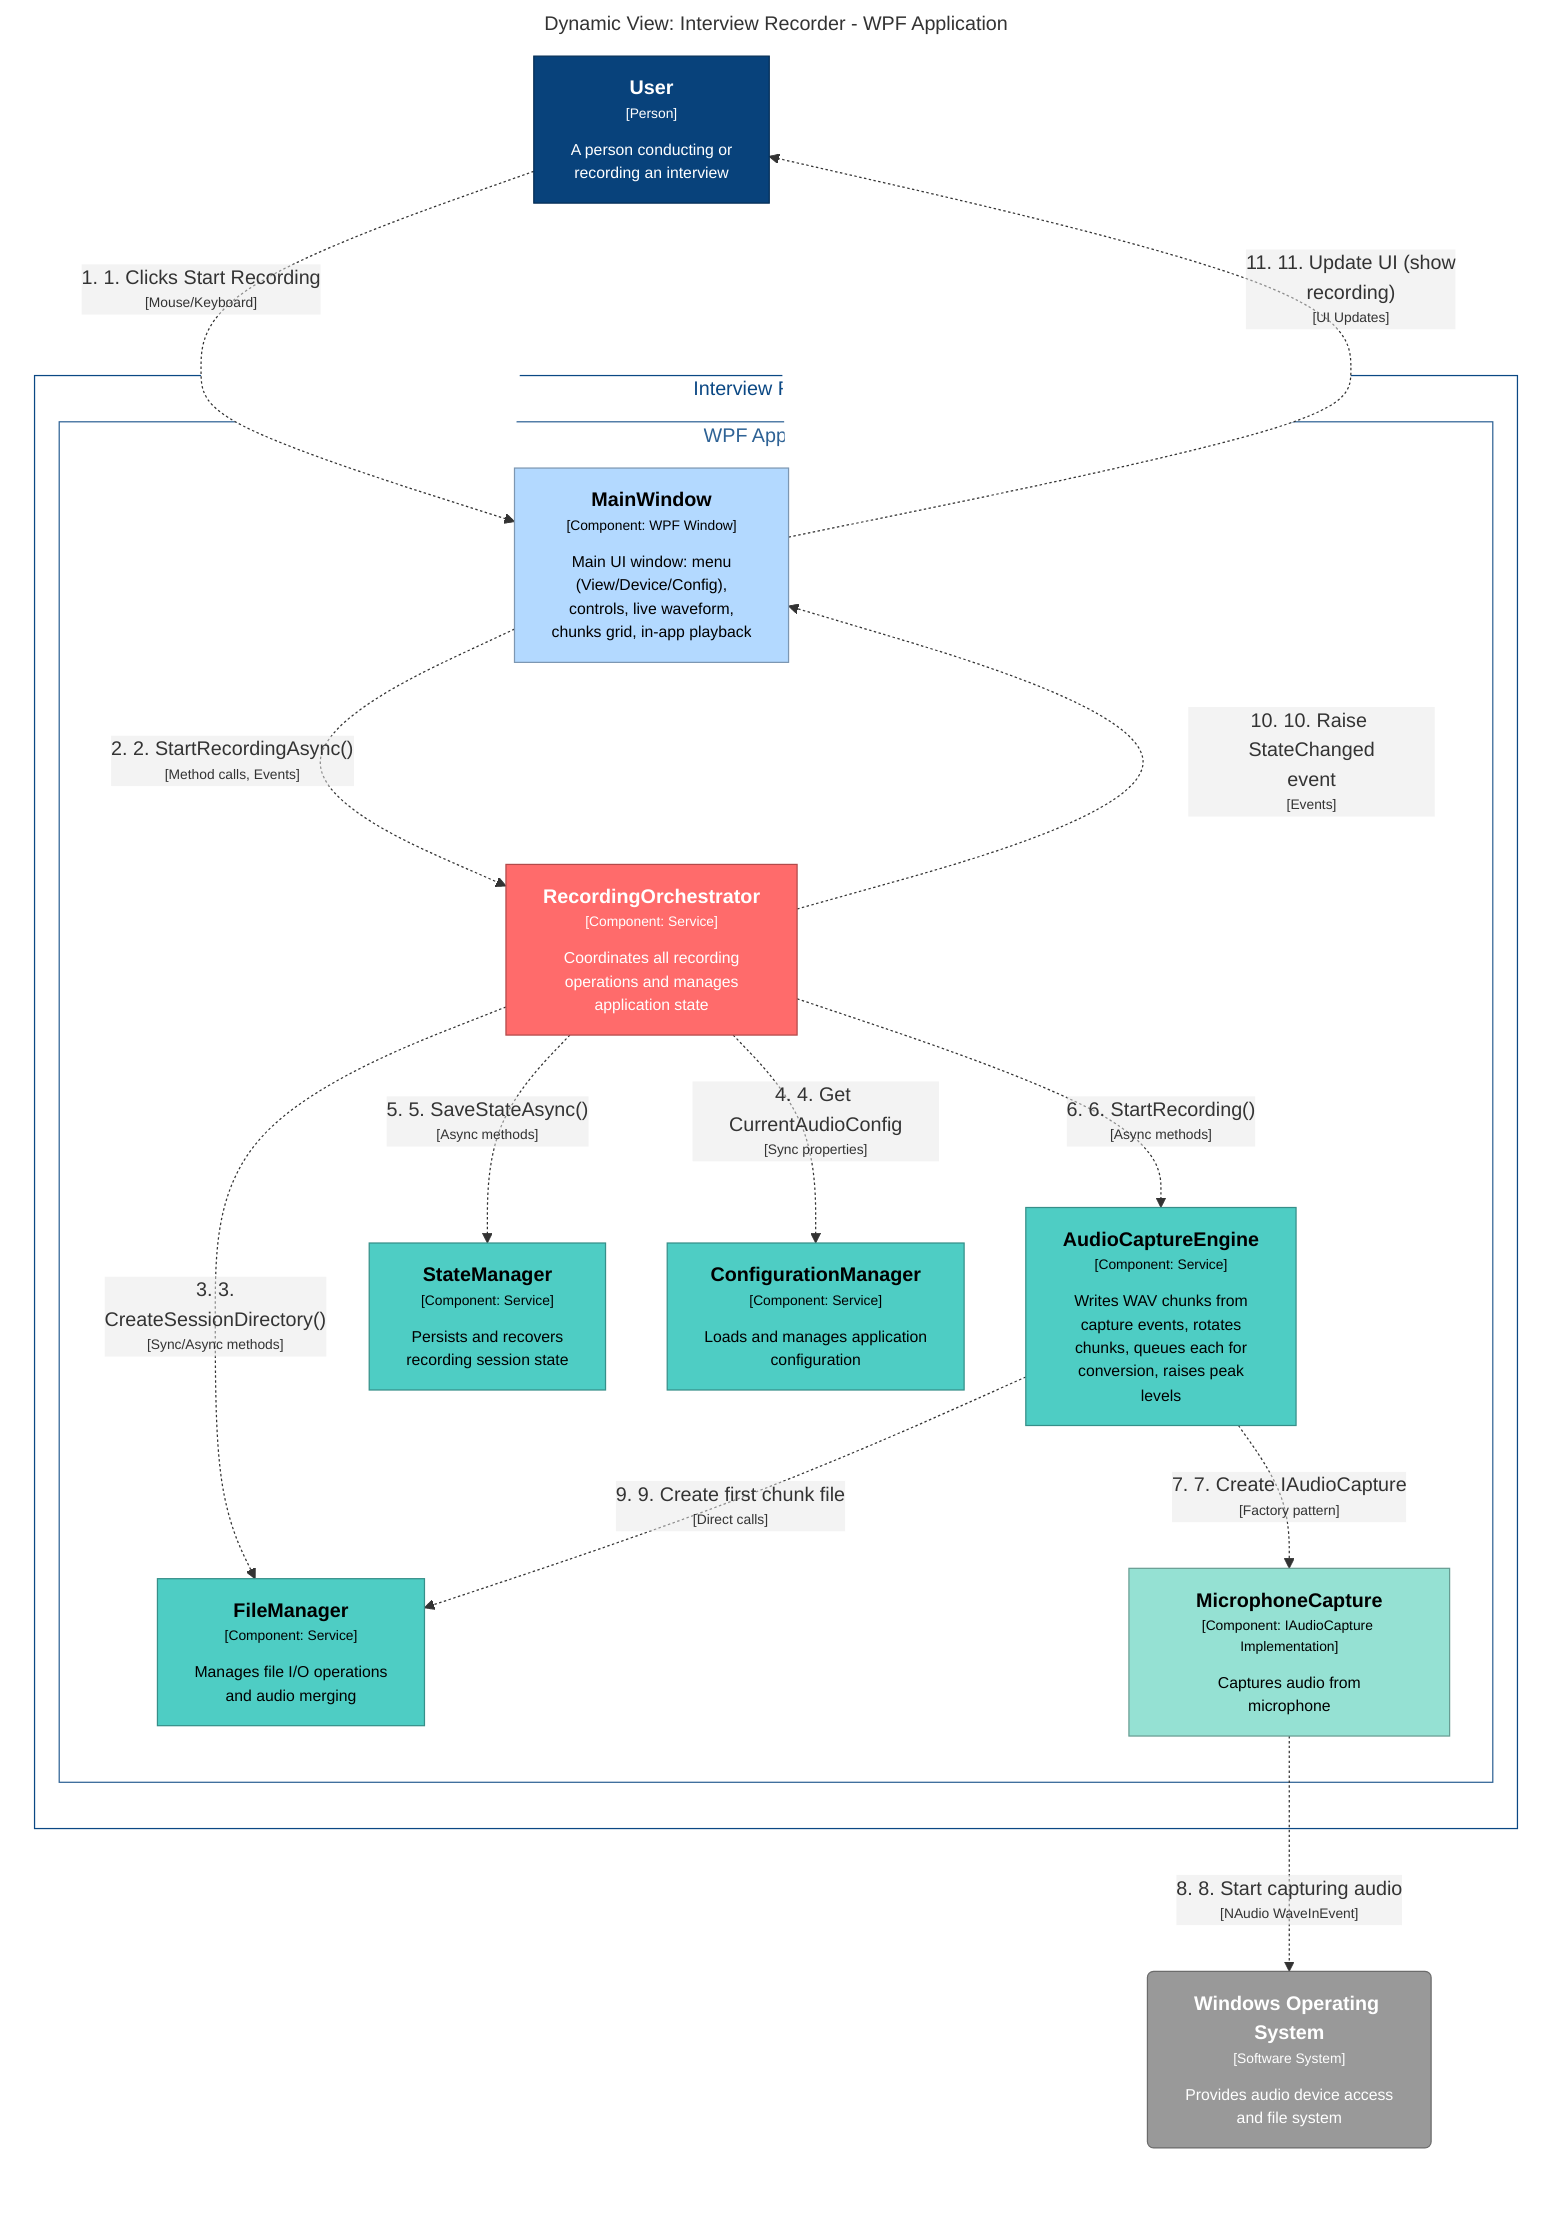
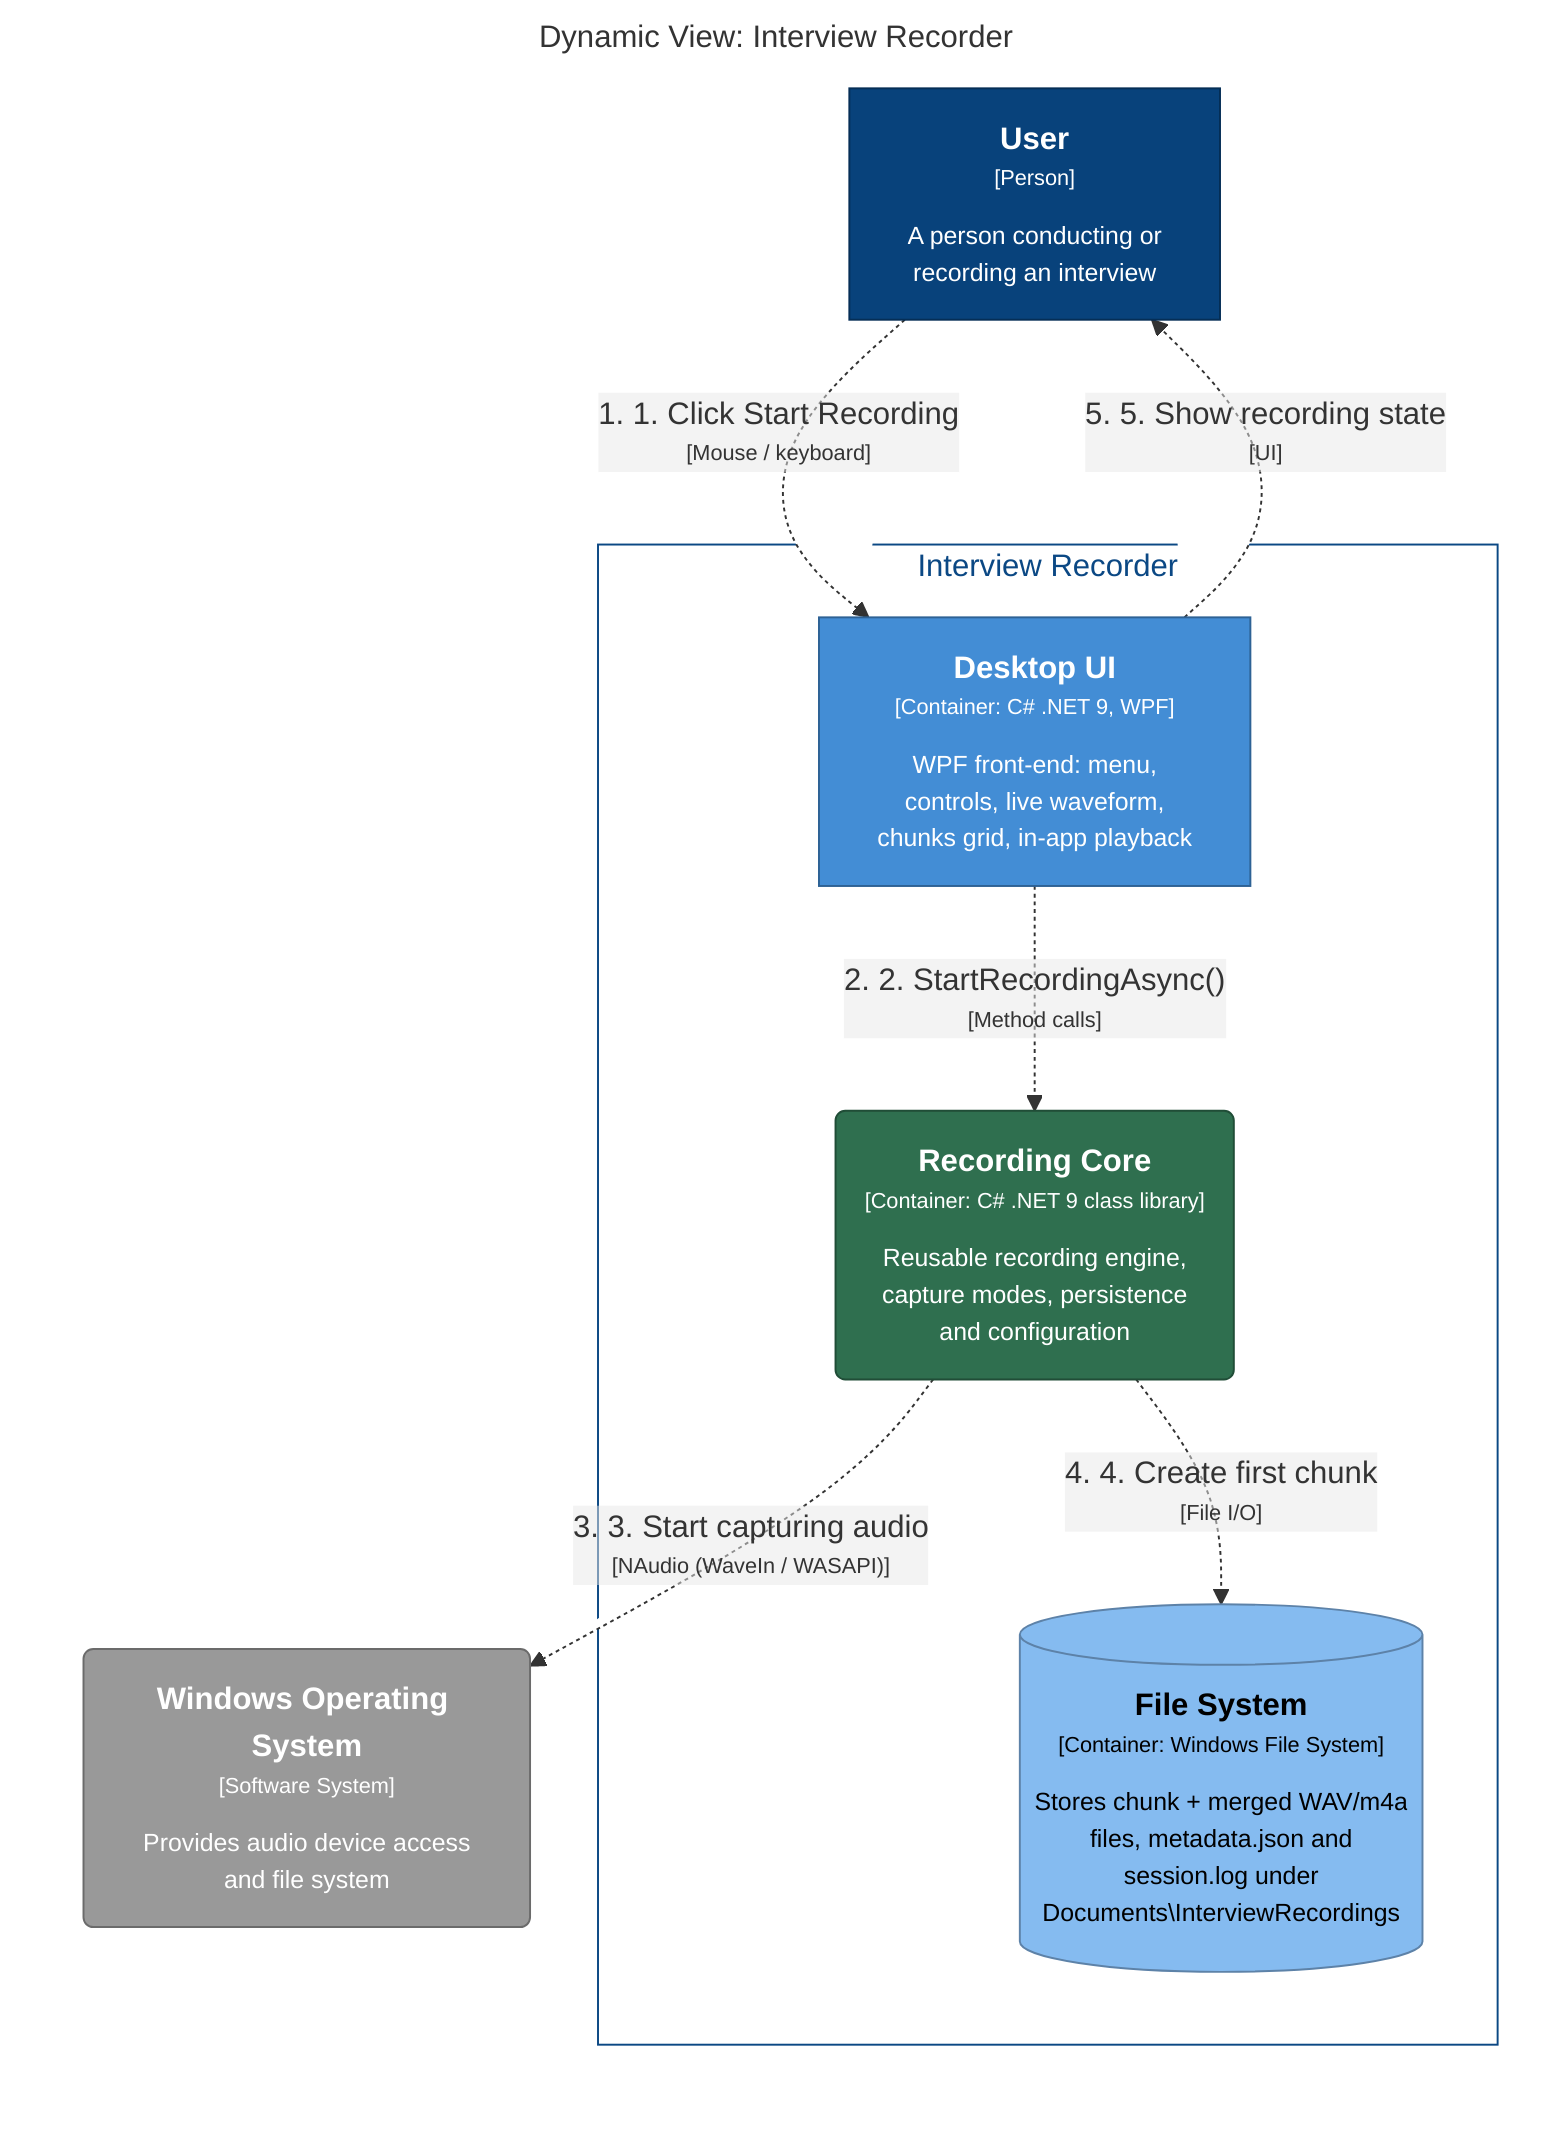
graph LR
  linkStyle default fill:#ffffff

-   subgraph diagram ["Dynamic View: Interview Recorder - WPF Application"]
+   subgraph diagram ["Dynamic View: Interview Recorder"]
    style diagram fill:#ffffff,stroke:#ffffff
- 
-     1["<div style='font-weight: bold'>User</div><div style='font-size: 70%; margin-top: 0px'>[Person]</div><div style='font-size: 80%; margin-top:10px'>A person conducting or<br />recording an interview</div>"]
-     style 1 fill:#08427b,stroke:#052e56,color:#ffffff
- 
-     2("<div style='font-weight: bold'>Windows Operating System</div><div style='font-size: 70%; margin-top: 0px'>[Software System]</div><div style='font-size: 80%; margin-top:10px'>Provides audio device access<br />and file system</div>")
-     style 2 fill:#999999,stroke:#6b6b6b,color:#ffffff

    subgraph 4 ["Interview Recorder"]
      style 4 fill:#ffffff,stroke:#0b4884,color:#0b4884

-       subgraph 5 ["WPF Application"]
-         style 5 fill:#ffffff,stroke:#2e6295,color:#2e6295
- 
-         10["<div style='font-weight: bold'>FileManager</div><div style='font-size: 70%; margin-top: 0px'>[Component: Service]</div><div style='font-size: 80%; margin-top:10px'>Manages file I/O operations<br />and audio merging</div>"]
-         style 10 fill:#4ecdc4,stroke:#368f89,color:#000000
-         13["<div style='font-weight: bold'>ConfigurationManager</div><div style='font-size: 70%; margin-top: 0px'>[Component: Service]</div><div style='font-size: 80%; margin-top:10px'>Loads and manages application<br />configuration</div>"]
-         style 13 fill:#4ecdc4,stroke:#368f89,color:#000000
-         15["<div style='font-weight: bold'>MicrophoneCapture</div><div style='font-size: 70%; margin-top: 0px'>[Component: IAudioCapture Implementation]</div><div style='font-size: 80%; margin-top:10px'>Captures audio from<br />microphone</div>"]
-         style 15 fill:#95e1d3,stroke:#689d93,color:#000000
-         6["<div style='font-weight: bold'>MainWindow</div><div style='font-size: 70%; margin-top: 0px'>[Component: WPF Window]</div><div style='font-size: 80%; margin-top:10px'>Main UI window: menu<br />(View/Device/Config),<br />controls, live waveform,<br />chunks grid, in-app playback</div>"]
-         style 6 fill:#b3d9ff,stroke:#7d97b2,color:#000000
-         7["<div style='font-weight: bold'>RecordingOrchestrator</div><div style='font-size: 70%; margin-top: 0px'>[Component: Service]</div><div style='font-size: 80%; margin-top:10px'>Coordinates all recording<br />operations and manages<br />application state</div>"]
-         style 7 fill:#ff6b6b,stroke:#b24a4a,color:#ffffff
-         8["<div style='font-weight: bold'>AudioCaptureEngine</div><div style='font-size: 70%; margin-top: 0px'>[Component: Service]</div><div style='font-size: 80%; margin-top:10px'>Writes WAV chunks from<br />capture events, rotates<br />chunks, queues each for<br />conversion, raises peak<br />levels</div>"]
-         style 8 fill:#4ecdc4,stroke:#368f89,color:#000000
-         9["<div style='font-weight: bold'>StateManager</div><div style='font-size: 70%; margin-top: 0px'>[Component: Service]</div><div style='font-size: 80%; margin-top:10px'>Persists and recovers<br />recording session state</div>"]
-         style 9 fill:#4ecdc4,stroke:#368f89,color:#000000
-       end
- 
+       42[("<div style='font-weight: bold'>File System</div><div style='font-size: 70%; margin-top: 0px'>[Container: Windows File System]</div><div style='font-size: 80%; margin-top:10px'>Stores chunk + merged WAV/m4a<br />files, metadata.json and<br />session.log under<br />Documents\InterviewRecordings</div>")]
+       style 42 fill:#85bbf0,stroke:#5d82a8,color:#000000
+       5["<div style='font-weight: bold'>Desktop UI</div><div style='font-size: 70%; margin-top: 0px'>[Container: C# .NET 9, WPF]</div><div style='font-size: 80%; margin-top:10px'>WPF front-end: menu,<br />controls, live waveform,<br />chunks grid, in-app playback</div>"]
+       style 5 fill:#438dd5,stroke:#2e6295,color:#ffffff
+       7("<div style='font-weight: bold'>Recording Core</div><div style='font-size: 70%; margin-top: 0px'>[Container: C# .NET 9 class library]</div><div style='font-size: 80%; margin-top:10px'>Reusable recording engine,<br />capture modes, persistence<br />and configuration</div>")
+       style 7 fill:#2f6f4f,stroke:#204d37,color:#ffffff
    end

    1["<div style='font-weight: bold'>User</div><div style='font-size: 70%; margin-top: 0px'>[Person]</div><div style='font-size: 80%; margin-top:10px'>A person conducting or<br />recording an interview</div>"]
    style 1 fill:#08427b,stroke:#052e56,color:#ffffff
    2("<div style='font-weight: bold'>Windows Operating System</div><div style='font-size: 70%; margin-top: 0px'>[Software System]</div><div style='font-size: 80%; margin-top:10px'>Provides audio device access<br />and file system</div>")
    style 2 fill:#999999,stroke:#6b6b6b,color:#ffffff

-     1-. "<div>1. 1. Clicks Start Recording</div><div style='font-size: 70%'>[Mouse/Keyboard]</div>" .->6
-     6-. "<div>2. 2. StartRecordingAsync()</div><div style='font-size: 70%'>[Method calls, Events]</div>" .->7
-     7-. "<div>3. 3.<br />CreateSessionDirectory()</div><div style='font-size: 70%'>[Sync/Async methods]</div>" .->10
-     7-. "<div>4. 4. Get CurrentAudioConfig</div><div style='font-size: 70%'>[Sync properties]</div>" .->13
-     7-. "<div>5. 5. SaveStateAsync()</div><div style='font-size: 70%'>[Async methods]</div>" .->9
-     7-. "<div>6. 6. StartRecording()</div><div style='font-size: 70%'>[Async methods]</div>" .->8
-     8-. "<div>7. 7. Create IAudioCapture</div><div style='font-size: 70%'>[Factory pattern]</div>" .->15
-     15-. "<div>8. 8. Start capturing audio</div><div style='font-size: 70%'>[NAudio WaveInEvent]</div>" .->2
-     8-. "<div>9. 9. Create first chunk file</div><div style='font-size: 70%'>[Direct calls]</div>" .->10
-     7-. "<div>10. 10. Raise StateChanged<br />event</div><div style='font-size: 70%'>[Events]</div>" .->6
-     6-. "<div>11. 11. Update UI (show<br />recording)</div><div style='font-size: 70%'>[UI Updates]</div>" .->1
+     1-. "<div>1. 1. Click Start Recording</div><div style='font-size: 70%'>[Mouse / keyboard]</div>" .->5
+     5-. "<div>2. 2. StartRecordingAsync()</div><div style='font-size: 70%'>[Method calls]</div>" .->7
+     7-. "<div>3. 3. Start capturing audio</div><div style='font-size: 70%'>[NAudio (WaveIn / WASAPI)]</div>" .->2
+     7-. "<div>4. 4. Create first chunk</div><div style='font-size: 70%'>[File I/O]</div>" .->42
+     5-. "<div>5. 5. Show recording state</div><div style='font-size: 70%'>[UI]</div>" .->1

  end